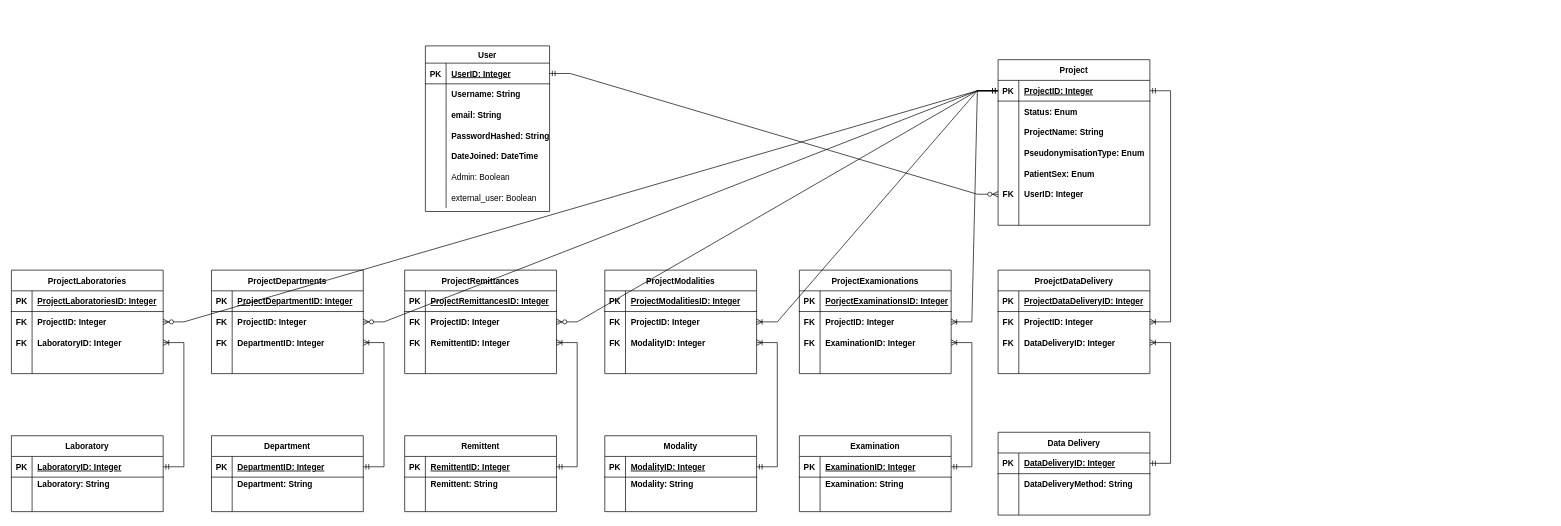
Before: database_schedule.drawio in gustavlagneborg/ordering_portal, a draw.io diagram. Source tidied: cells renumbered, new cells numbered last; positions are measured from the earlier drawing's top-left corner, leaving out a move shared by most shapes. Both pictures are drawn from the tidied source at 69%, with x=0, y=0 at pixel (11, 46).
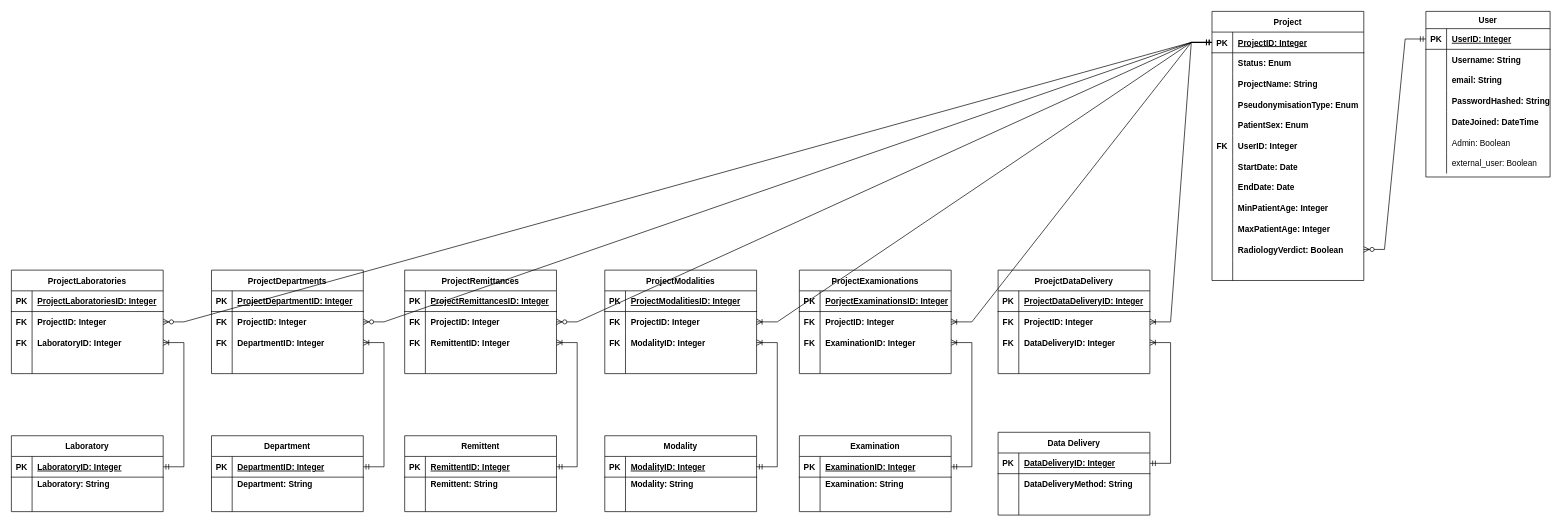
The same diagram, later.

Unchanged cells that the change refers to:
```xml
<mxCell id="3" style="shape=tableRow;horizontal=0;startSize=0;swimlaneHead=0;swimlaneBody=0;fillColor=none;points=[[0,0.5],[1,0.5]];portConstraint=eastwest;top=0;left=0;right=0;bottom=1;" parent="2" vertex="1">
  <mxGeometry y="30" width="220" height="30" as="geometry" />
</mxCell>
<mxCell id="25" style="shape=tableRow;horizontal=0;startSize=0;swimlaneHead=0;swimlaneBody=0;fillColor=none;points=[[0,0.5],[1,0.5]];portConstraint=eastwest;top=0;left=0;right=0;bottom=1;" parent="24" vertex="1">
  <mxGeometry y="25" width="180" height="30" as="geometry" />
</mxCell>
<mxCell id="61" style="shape=tableRow;horizontal=0;startSize=0;swimlaneHead=0;swimlaneBody=0;fillColor=none;points=[[0,0.5],[1,0.5]];portConstraint=eastwest;top=0;left=0;right=0;bottom=0;" parent="57" vertex="1">
  <mxGeometry y="60" width="220" height="30" as="geometry" />
</mxCell>
```

Change to the diagram source:
```diff
@@
     <mxCell id="2" value="Project" style="shape=table;startSize=30;childLayout=tableLayout;rowLines=0;fontStyle=1;align=center;" parent="1" vertex="1">
-      <mxGeometry x="1430" y="20" width="220" height="240" as="geometry" />
+      <mxGeometry x="1740" y="-50" width="220" height="390" as="geometry" />
     </mxCell>
@@
+    <mxCell id="197" style="shape=tableRow;horizontal=0;startSize=0;swimlaneHead=0;swimlaneBody=0;fillColor=none;top=0;left=0;right=0;bottom=0;" parent="2" vertex="1">
+      <mxGeometry y="180" width="220" height="30" as="geometry" />
+    </mxCell>
+    <mxCell id="198" value="FK" style="shape=partialRectangle;fillColor=none;top=0;left=0;bottom=0;right=0;overflow=hidden;fontStyle=1;" parent="197" vertex="1">
+      <mxGeometry width="30" height="30" as="geometry" />
+    </mxCell>
+    <mxCell id="199" value="UserID: Integer" style="shape=partialRectangle;fillColor=none;top=0;left=0;bottom=0;right=0;align=left;spacingLeft=6;overflow=hidden;fontStyle=1;" parent="197" vertex="1">
+      <mxGeometry x="30" width="190" height="30" as="geometry" />
+    </mxCell>
+    <mxCell id="200" style="shape=tableRow;horizontal=0;startSize=0;swimlaneHead=0;swimlaneBody=0;fillColor=none;top=0;left=0;right=0;bottom=0;" parent="2" vertex="1">
+      <mxGeometry y="210" width="220" height="30" as="geometry" />
+    </mxCell>
+    <mxCell id="201" style="shape=partialRectangle;fillColor=none;top=0;left=0;bottom=0;right=0;overflow=hidden;fontStyle=1;" parent="200" vertex="1">
+      <mxGeometry width="30" height="30" as="geometry" />
+    </mxCell>
+    <mxCell id="202" value="StartDate: Date" style="shape=partialRectangle;fillColor=none;top=0;left=0;bottom=0;right=0;align=left;spacingLeft=6;overflow=hidden;fontStyle=1;" parent="200" vertex="1">
+      <mxGeometry x="30" width="190" height="30" as="geometry" />
+    </mxCell>
+    <mxCell id="203" style="shape=tableRow;horizontal=0;startSize=0;swimlaneHead=0;swimlaneBody=0;fillColor=none;top=0;left=0;right=0;bottom=0;" parent="2" vertex="1">
+      <mxGeometry y="240" width="220" height="30" as="geometry" />
+    </mxCell>
+    <mxCell id="204" style="shape=partialRectangle;fillColor=none;top=0;left=0;bottom=0;right=0;overflow=hidden;fontStyle=1;" parent="203" vertex="1">
+      <mxGeometry width="30" height="30" as="geometry" />
+    </mxCell>
+    <mxCell id="205" value="EndDate: Date" style="shape=partialRectangle;fillColor=none;top=0;left=0;bottom=0;right=0;align=left;spacingLeft=6;overflow=hidden;fontStyle=1;" parent="203" vertex="1">
+      <mxGeometry x="30" width="190" height="30" as="geometry" />
+    </mxCell>
+    <mxCell id="206" style="shape=tableRow;horizontal=0;startSize=0;swimlaneHead=0;swimlaneBody=0;fillColor=none;top=0;left=0;right=0;bottom=0;" parent="2" vertex="1">
+      <mxGeometry y="270" width="220" height="30" as="geometry" />
+    </mxCell>
+    <mxCell id="207" style="shape=partialRectangle;fillColor=none;top=0;left=0;bottom=0;right=0;overflow=hidden;fontStyle=1;" parent="206" vertex="1">
+      <mxGeometry width="30" height="30" as="geometry" />
+    </mxCell>
+    <mxCell id="208" value="MinPatientAge: Integer" style="shape=partialRectangle;fillColor=none;top=0;left=0;bottom=0;right=0;align=left;spacingLeft=6;overflow=hidden;fontStyle=1;" parent="206" vertex="1">
+      <mxGeometry x="30" width="190" height="30" as="geometry" />
+    </mxCell>
+    <mxCell id="209" style="shape=tableRow;horizontal=0;startSize=0;swimlaneHead=0;swimlaneBody=0;fillColor=none;top=0;left=0;right=0;bottom=0;" parent="2" vertex="1">
+      <mxGeometry y="300" width="220" height="30" as="geometry" />
+    </mxCell>
+    <mxCell id="210" style="shape=partialRectangle;fillColor=none;top=0;left=0;bottom=0;right=0;overflow=hidden;fontStyle=1;" parent="209" vertex="1">
+      <mxGeometry width="30" height="30" as="geometry" />
+    </mxCell>
+    <mxCell id="211" value="MaxPatientAge: Integer" style="shape=partialRectangle;fillColor=none;top=0;left=0;bottom=0;right=0;align=left;spacingLeft=6;overflow=hidden;fontStyle=1;" parent="209" vertex="1">
+      <mxGeometry x="30" width="190" height="30" as="geometry" />
+    </mxCell>
     <mxCell id="18" style="shape=tableRow;horizontal=0;startSize=0;swimlaneHead=0;swimlaneBody=0;fillColor=none;points=[[0,0.5],[1,0.5]];portConstraint=eastwest;top=0;left=0;right=0;bottom=0;" parent="2" vertex="1">
-      <mxGeometry y="180" width="220" height="30" as="geometry" />
+      <mxGeometry y="330" width="220" height="30" as="geometry" />
     </mxCell>
-    <mxCell id="19" value="FK" style="shape=partialRectangle;fillColor=none;top=0;left=0;bottom=0;right=0;overflow=hidden;fontStyle=1;" parent="18" vertex="1">
+    <mxCell id="19" style="shape=partialRectangle;fillColor=none;top=0;left=0;bottom=0;right=0;overflow=hidden;fontStyle=1;" parent="18" vertex="1">
       <mxGeometry width="30" height="30" as="geometry" />
     </mxCell>
-    <mxCell id="20" value="UserID: Integer" style="shape=partialRectangle;fillColor=none;top=0;left=0;bottom=0;right=0;align=left;spacingLeft=6;overflow=hidden;fontStyle=1;" parent="18" vertex="1">
+    <mxCell id="20" value="RadiologyVerdict: Boolean" style="shape=partialRectangle;fillColor=none;top=0;left=0;bottom=0;right=0;align=left;spacingLeft=6;overflow=hidden;fontStyle=1;" parent="18" vertex="1">
       <mxGeometry x="30" width="190" height="30" as="geometry" />
     </mxCell>
     <mxCell id="21" style="shape=tableRow;horizontal=0;startSize=0;swimlaneHead=0;swimlaneBody=0;fillColor=none;top=0;left=0;right=0;bottom=0;" parent="2" vertex="1">
-      <mxGeometry y="210" width="220" height="30" as="geometry" />
+      <mxGeometry y="360" width="220" height="30" as="geometry" />
     </mxCell>
@@
     <mxCell id="24" value="User" style="shape=table;startSize=25;childLayout=tableLayout;rowLines=0;fontStyle=1;align=center;" parent="1" vertex="1">
-      <mxGeometry x="600" width="180" height="240" as="geometry" />
+      <mxGeometry x="2050" y="-50" width="180" height="240" as="geometry" />
     </mxCell>
@@
-    <mxCell id="46" style="edgeStyle=entityRelationEdgeStyle;fontSize=12;html=1;endArrow=ERzeroToMany;startArrow=ERmandOne;rounded=0;entryX=0;entryY=0.5;entryDx=0;entryDy=0;" parent="1" edge="1" source="25" target="18">
+    <mxCell id="46" style="edgeStyle=entityRelationEdgeStyle;fontSize=12;html=1;endArrow=ERzeroToMany;startArrow=ERmandOne;rounded=0;entryX=1;entryY=0.5;entryDx=0;entryDy=0;" parent="1" edge="1" source="25" target="18">
       <mxGeometry relative="1" as="geometry" />
     </mxCell>
@@
-    <mxCell id="70" style="edgeStyle=entityRelationEdgeStyle;fontSize=12;html=1;endArrow=ERoneToMany;startArrow=ERmandOne;rounded=0;entryX=1;entryY=0.5;entryDx=0;entryDy=0;exitX=1;exitY=0.5;exitDx=0;exitDy=0;" parent="1" edge="1" source="3" target="61">
+    <mxCell id="70" style="edgeStyle=entityRelationEdgeStyle;fontSize=12;html=1;endArrow=ERoneToMany;startArrow=ERmandOne;rounded=0;entryX=1;entryY=0.5;entryDx=0;entryDy=0;exitX=0;exitY=0.5;exitDx=0;exitDy=0;" parent="1" edge="1" source="3" target="61">
       <mxGeometry relative="1" as="geometry" />
     </mxCell>
```
